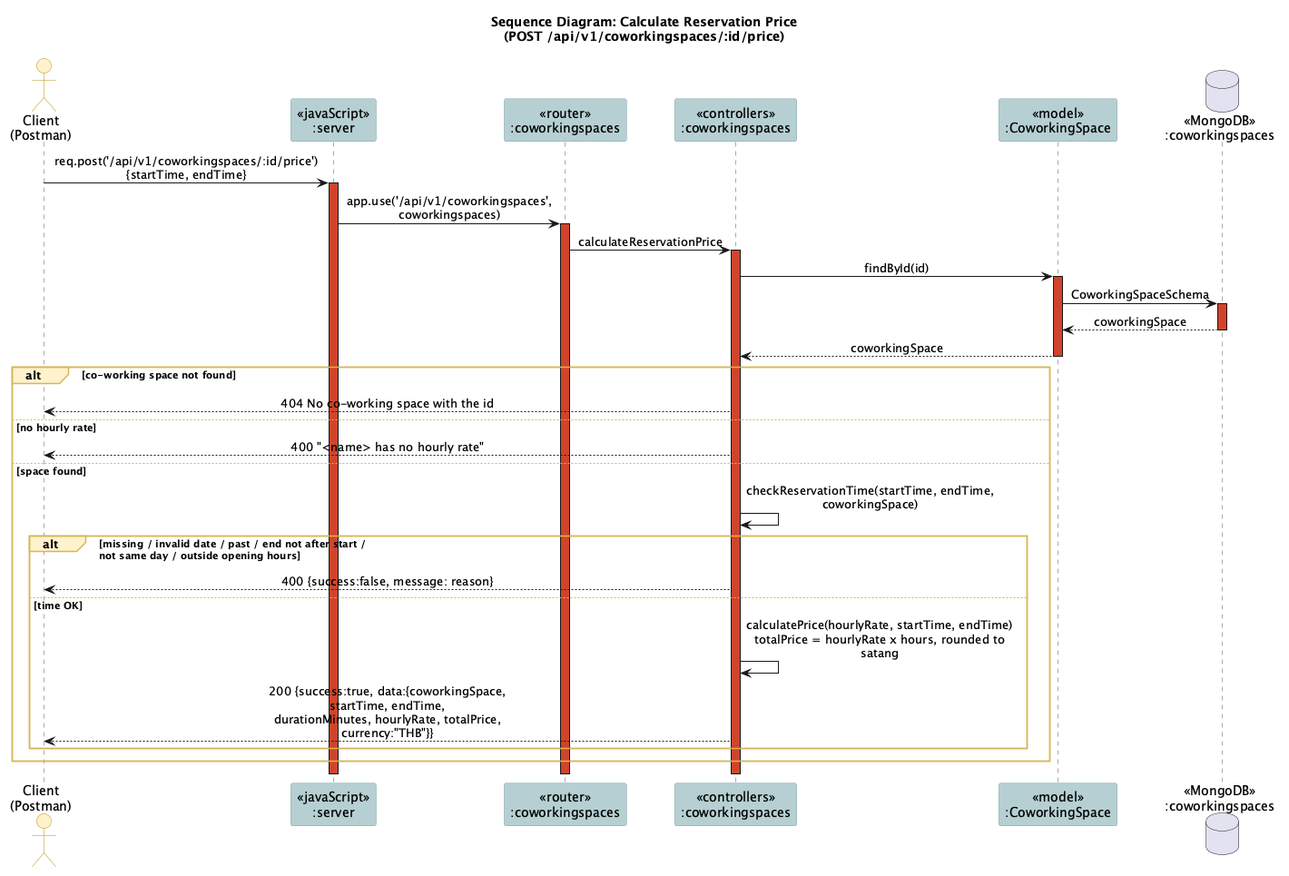
TonBoonchai/Co-working-Space-Reservation keeps this PlantUML diagram as docs/diagrams/png/10-calculate-price.png. Above is the earlier version. Source of this version:
```plantuml
@startuml
!include _style.iuml
title Sequence Diagram: Calculate Reservation Price\n(POST /api/v1/coworkingspaces/:id/price)

actor "Client\n(Postman)" as client
participant "<<javaScript>>\n:server" as server
participant "<<router>>\n:coworkingspaces" as router
participant "<<controllers>>\n:coworkingspaces" as ctrl
participant "<<model>>\n:CoworkingSpace" as model
database "<<MongoDB>>\n:coworkingspaces" as db

client -> server ++ : req.post('/api/v1/coworkingspaces/:id/price')\n{startTime, endTime}
server -> router ++ : app.use('/api/v1/coworkingspaces', coworkingspaces)
router -> ctrl ++ : calculateReservationPrice
ctrl -> model ++ : findById(id)
model -> db ++ : CoworkingSpaceSchema
db --> model -- : coworkingSpace
model --> ctrl -- : coworkingSpace
alt co-working space not found
  ctrl --> client : 404 No co-working space with the id
else no hourly rate
  ctrl --> client : 400 "<name> has no hourly rate"
else space found
  ctrl -> ctrl : checkReservationTime(startTime, endTime, coworkingSpace)
  alt missing / invalid date / past / end not after start /\nnot same day / outside opening hours
    ctrl --> client : 400 {success:false, message: reason}
  else time OK
    ctrl -> ctrl : calculatePrice(hourlyRate, startTime, endTime)\ntotalPrice = hourlyRate x hours, rounded to satang
    ctrl --> client : 200 {success:true, data:{coworkingSpace, startTime, endTime,\ndurationMinutes, hourlyRate, totalPrice, currency:"THB"}}
  end
end
deactivate ctrl
deactivate router
deactivate server
@enduml
```
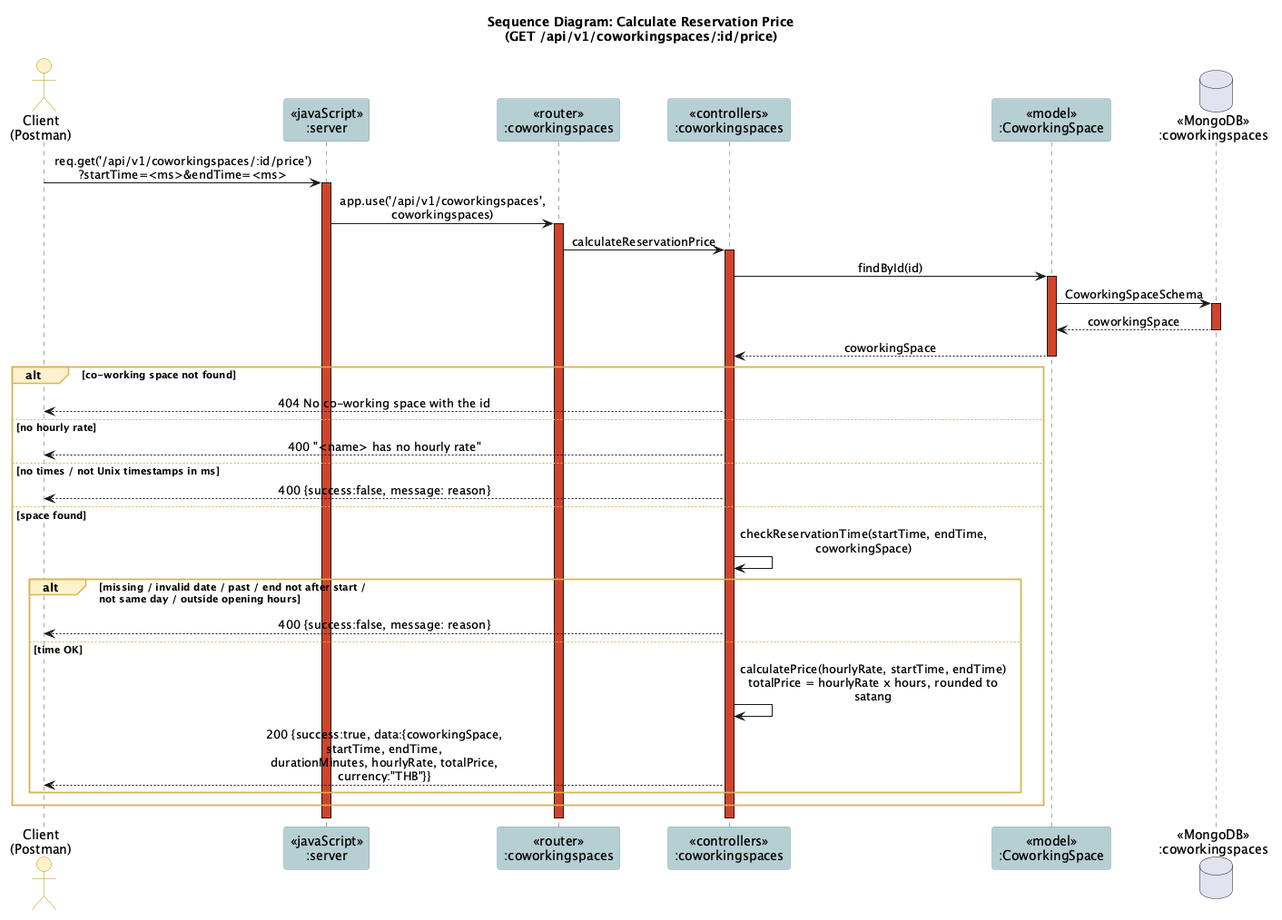
The same file after the commit.

Commit message:
refactor: calculate the price with GET and Unix timestamps

Change to the diagram source:
```diff
@@ -1,6 +1,6 @@
 @startuml
 !include _style.iuml
-title Sequence Diagram: Calculate Reservation Price\n(POST /api/v1/coworkingspaces/:id/price)
+title Sequence Diagram: Calculate Reservation Price\n(GET /api/v1/coworkingspaces/:id/price)
 
 actor "Client\n(Postman)" as client
 participant "<<javaScript>>\n:server" as server
@@ -9,7 +9,7 @@
 participant "<<model>>\n:CoworkingSpace" as model
 database "<<MongoDB>>\n:coworkingspaces" as db
 
-client -> server ++ : req.post('/api/v1/coworkingspaces/:id/price')\n{startTime, endTime}
+client -> server ++ : req.get('/api/v1/coworkingspaces/:id/price')\n?startTime=<ms>&endTime=<ms>
 server -> router ++ : app.use('/api/v1/coworkingspaces', coworkingspaces)
 router -> ctrl ++ : calculateReservationPrice
 ctrl -> model ++ : findById(id)
@@ -20,6 +20,8 @@
   ctrl --> client : 404 No co-working space with the id
 else no hourly rate
   ctrl --> client : 400 "<name> has no hourly rate"
+else no times / not Unix timestamps in ms
+  ctrl --> client : 400 {success:false, message: reason}
 else space found
   ctrl -> ctrl : checkReservationTime(startTime, endTime, coworkingSpace)
   alt missing / invalid date / past / end not after start /\nnot same day / outside opening hours
```
